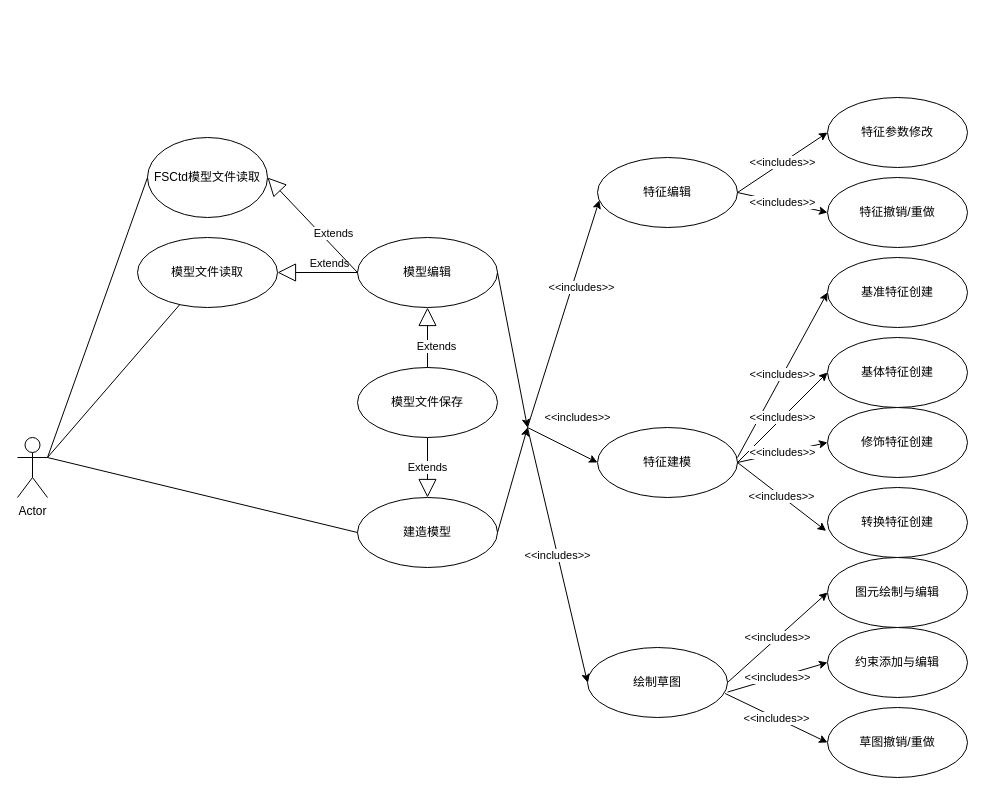
This is 用例图.drawio from liuhuliuhu123/First-test, a draw.io file, before an edit. Source tidied: cells renumbered, new cells numbered last; positions are measured from the earlier drawing's top-left corner, leaving out a move shared by most shapes. Both pictures are drawn from the tidied source at 100%, with x=0, y=0 at pixel (17, 97).
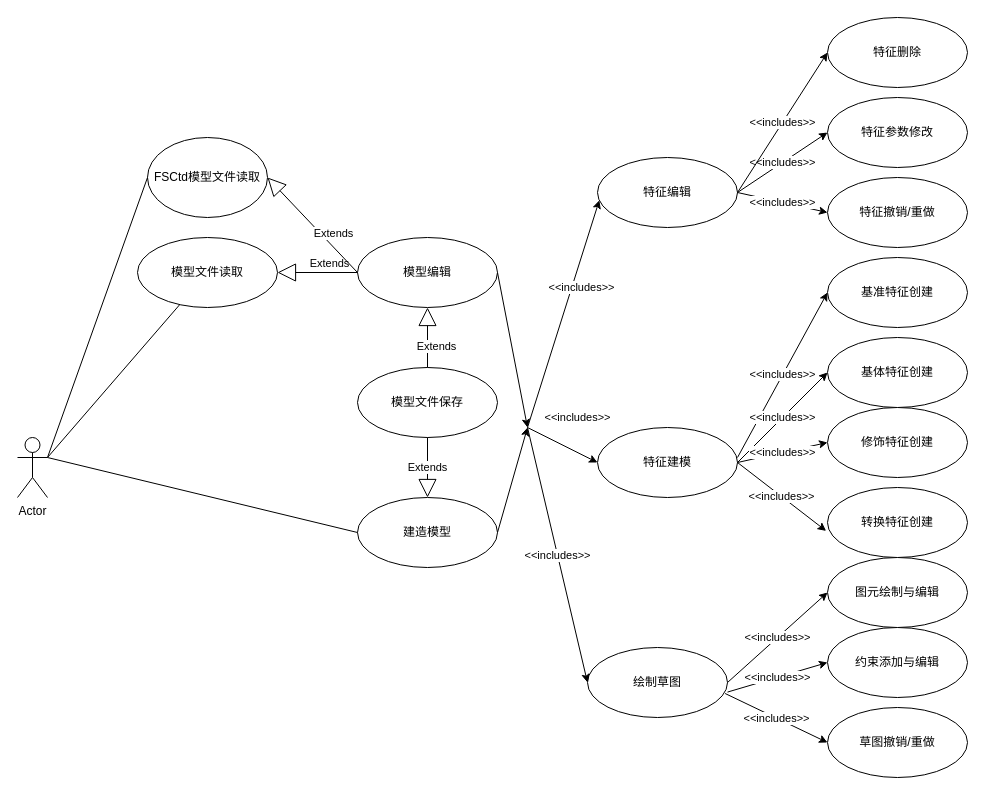
The same diagram, later.

Commit message:
更新用例图.drawio

The change refers to these unchanged cells:
```xml
<mxCell id="6" value="特征编辑" style="ellipse;whiteSpace=wrap;html=1;" parent="1" vertex="1">
  <mxGeometry x="580" y="60" width="140" height="70" as="geometry" />
</mxCell>
```

Diff of the diagram source:
```diff
@@
+    <mxCell id="41" value="特征删除" style="ellipse;whiteSpace=wrap;html=1;" parent="1" vertex="1">
+      <mxGeometry x="810" y="-80" width="140" height="70" as="geometry" />
+    </mxCell>
+    <mxCell id="42" value="&amp;lt;&amp;lt;includes&amp;gt;&amp;gt;" style="endArrow=classic;html=1;rounded=0;exitX=1;exitY=0.5;exitDx=0;exitDy=0;entryX=0;entryY=0.5;entryDx=0;entryDy=0;" parent="1" edge="1" source="6" target="41">
+      <mxGeometry relative="1" as="geometry" />
+    </mxCell>
```
